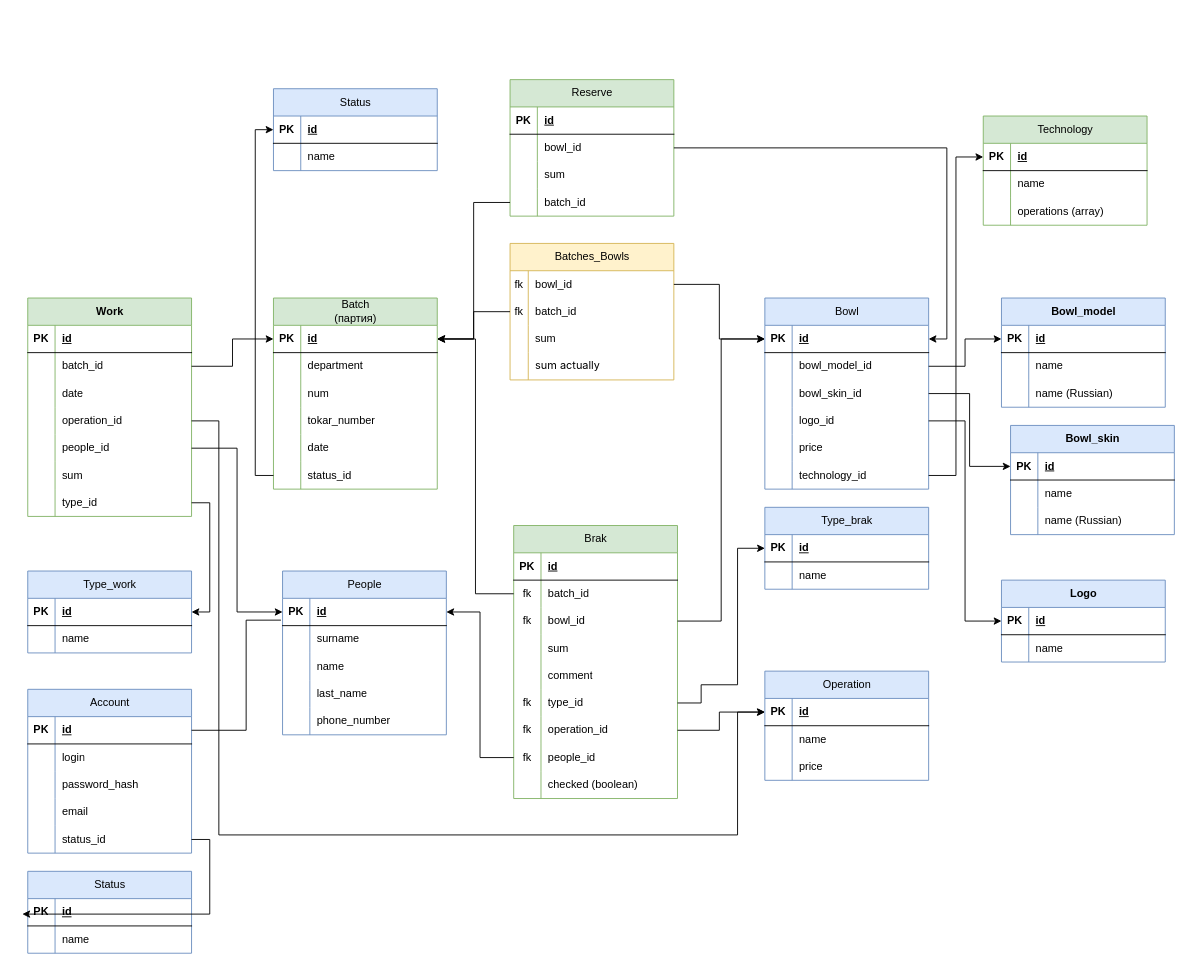
Above: CosmoCRM.drawio in OGdanik/db_diagrams (draw.io), before the change. Source tidied: cells renumbered, new cells numbered last; positions are measured from the earlier drawing's top-left corner, leaving out a move shared by most shapes. Both pictures are drawn from the tidied source at 91%, with x=0, y=0 at pixel (27, 79).
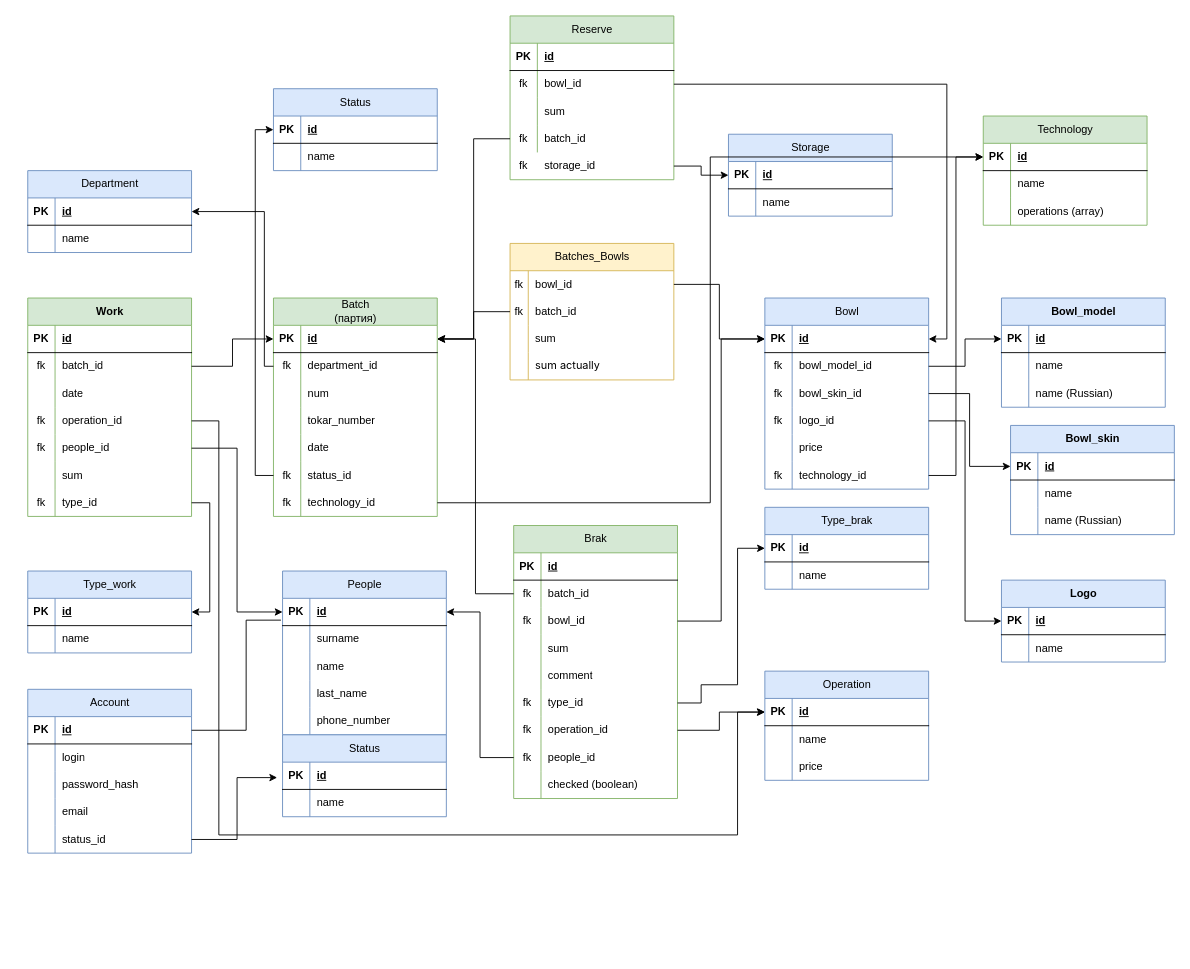
After the change.

Unchanged cells that the change refers to:
```xml
<mxCell id="6" style="shape=tableRow;horizontal=0;startSize=0;swimlaneHead=0;swimlaneBody=0;fillColor=none;points=[[0,0.5],[1,0.5]];portConstraint=eastwest;top=0;left=0;right=0;bottom=0;" parent="2" vertex="1">
  <mxGeometry y="60" width="180" height="30" as="geometry" />
</mxCell>
<mxCell id="18" style="shape=tableRow;horizontal=0;startSize=0;swimlaneHead=0;swimlaneBody=0;fillColor=none;points=[[0,0.5],[1,0.5]];portConstraint=eastwest;top=0;left=0;right=0;bottom=0;" parent="2" vertex="1">
  <mxGeometry y="180" width="180" height="30" as="geometry" />
</mxCell>
<mxCell id="38" style="shape=tableRow;horizontal=0;startSize=0;swimlaneHead=0;swimlaneBody=0;fillColor=none;points=[[0,0.5],[1,0.5]];portConstraint=eastwest;top=0;left=0;right=0;bottom=0;" parent="34" vertex="1">
  <mxGeometry y="60" width="180" height="30" as="geometry" />
</mxCell>
<mxCell id="41" style="shape=tableRow;horizontal=0;startSize=0;swimlaneHead=0;swimlaneBody=0;fillColor=none;points=[[0,0.5],[1,0.5]];portConstraint=eastwest;top=0;left=0;right=0;bottom=0;" parent="34" vertex="1">
  <mxGeometry y="90" width="180" height="30" as="geometry" />
</mxCell>
<mxCell id="44" style="shape=tableRow;horizontal=0;startSize=0;swimlaneHead=0;swimlaneBody=0;fillColor=none;points=[[0,0.5],[1,0.5]];portConstraint=eastwest;top=0;left=0;right=0;bottom=0;" parent="34" vertex="1">
  <mxGeometry y="120" width="180" height="30" as="geometry" />
</mxCell>
<mxCell id="50" style="shape=tableRow;horizontal=0;startSize=0;swimlaneHead=0;swimlaneBody=0;fillColor=none;points=[[0,0.5],[1,0.5]];portConstraint=eastwest;top=0;left=0;right=0;bottom=0;" parent="34" vertex="1">
  <mxGeometry y="180" width="180" height="30" as="geometry" />
</mxCell>
<mxCell id="125" style="shape=tableRow;horizontal=0;startSize=0;swimlaneHead=0;swimlaneBody=0;fillColor=none;points=[[0,0.5],[1,0.5]];portConstraint=eastwest;top=0;left=0;right=0;bottom=0;" parent="121" vertex="1">
  <mxGeometry y="60" width="180" height="30" as="geometry" />
</mxCell>
<mxCell id="131" style="shape=tableRow;horizontal=0;startSize=0;swimlaneHead=0;swimlaneBody=0;fillColor=none;points=[[0,0.5],[1,0.5]];portConstraint=eastwest;top=0;left=0;right=0;bottom=0;" parent="121" vertex="1">
  <mxGeometry y="120" width="180" height="30" as="geometry" />
</mxCell>
<mxCell id="134" style="shape=tableRow;horizontal=0;startSize=0;swimlaneHead=0;swimlaneBody=0;fillColor=none;points=[[0,0.5],[1,0.5]];portConstraint=eastwest;top=0;left=0;right=0;bottom=0;" parent="121" vertex="1">
  <mxGeometry y="150" width="180" height="30" as="geometry" />
</mxCell>
<mxCell id="140" style="shape=tableRow;horizontal=0;startSize=0;swimlaneHead=0;swimlaneBody=0;fillColor=none;points=[[0,0.5],[1,0.5]];portConstraint=eastwest;top=0;left=0;right=0;bottom=0;" parent="121" vertex="1">
  <mxGeometry y="210" width="180" height="30" as="geometry" />
</mxCell>
<mxCell id="188" style="shape=tableRow;horizontal=0;startSize=0;swimlaneHead=0;swimlaneBody=0;fillColor=none;points=[[0,0.5],[1,0.5]];portConstraint=eastwest;top=0;left=0;right=0;bottom=0;" parent="184" vertex="1">
  <mxGeometry y="60" width="180" height="30" as="geometry" />
</mxCell>
<mxCell id="194" style="shape=tableRow;horizontal=0;startSize=0;swimlaneHead=0;swimlaneBody=0;fillColor=none;points=[[0,0.5],[1,0.5]];portConstraint=eastwest;top=0;left=0;right=0;bottom=0;" parent="184" vertex="1">
  <mxGeometry y="120" width="180" height="30" as="geometry" />
</mxCell>
<mxCell id="199" style="shape=tableRow;horizontal=0;startSize=0;swimlaneHead=0;swimlaneBody=0;fillColor=none;points=[[0,0.5],[1,0.5]];portConstraint=eastwest;top=0;left=0;right=0;bottom=1;" parent="198" vertex="1">
  <mxGeometry y="30" width="180" height="30" as="geometry" />
</mxCell>
```

What changed in the source:
```diff
@@
     <mxCell id="2" value="&lt;span style=&quot;font-weight: 400; text-wrap: wrap;&quot;&gt;Batch (партия)&lt;/span&gt;" style="shape=table;startSize=30;childLayout=tableLayout;rowLines=0;fontStyle=1;align=center;html=1;fillColor=#d5e8d4;strokeColor=#82b366;" parent="1" vertex="1">
-      <mxGeometry x="270" y="240" width="180" height="210" as="geometry" />
+      <mxGeometry x="270" y="240" width="180" height="240" as="geometry" />
     </mxCell>
@@
-    <mxCell id="7" style="shape=partialRectangle;fillColor=none;top=0;left=0;bottom=0;right=0;overflow=hidden;whiteSpace=wrap;html=1;" parent="6" vertex="1">
+    <mxCell id="7" value="fk" style="shape=partialRectangle;fillColor=none;top=0;left=0;bottom=0;right=0;overflow=hidden;whiteSpace=wrap;html=1;" parent="6" vertex="1">
       <mxGeometry width="30" height="30" as="geometry" />
     </mxCell>
-    <mxCell id="8" value="department" style="shape=partialRectangle;fillColor=none;top=0;left=0;bottom=0;right=0;align=left;spacingLeft=6;overflow=hidden;whiteSpace=wrap;html=1;" parent="6" vertex="1">
+    <mxCell id="8" value="department_id" style="shape=partialRectangle;fillColor=none;top=0;left=0;bottom=0;right=0;align=left;spacingLeft=6;overflow=hidden;whiteSpace=wrap;html=1;" parent="6" vertex="1">
       <mxGeometry x="30" width="150" height="30" as="geometry" />
     </mxCell>
@@
-    <mxCell id="19" style="shape=partialRectangle;fillColor=none;top=0;left=0;bottom=0;right=0;overflow=hidden;whiteSpace=wrap;html=1;" parent="18" vertex="1">
+    <mxCell id="19" value="fk" style="shape=partialRectangle;fillColor=none;top=0;left=0;bottom=0;right=0;overflow=hidden;whiteSpace=wrap;html=1;" parent="18" vertex="1">
       <mxGeometry width="30" height="30" as="geometry" />
     </mxCell>
@@
+    <mxCell id="243" style="shape=tableRow;horizontal=0;startSize=0;swimlaneHead=0;swimlaneBody=0;fillColor=none;points=[[0,0.5],[1,0.5]];portConstraint=eastwest;top=0;left=0;right=0;bottom=0;" parent="2" vertex="1">
+      <mxGeometry y="210" width="180" height="30" as="geometry" />
+    </mxCell>
+    <mxCell id="244" value="fk" style="shape=partialRectangle;fillColor=none;top=0;left=0;bottom=0;right=0;overflow=hidden;whiteSpace=wrap;html=1;" parent="243" vertex="1">
+      <mxGeometry width="30" height="30" as="geometry" />
+    </mxCell>
+    <mxCell id="245" value="technology_id" style="shape=partialRectangle;fillColor=none;top=0;left=0;bottom=0;right=0;align=left;spacingLeft=6;overflow=hidden;whiteSpace=wrap;html=1;" parent="243" vertex="1">
+      <mxGeometry x="30" width="150" height="30" as="geometry" />
+    </mxCell>
@@
-    <mxCell id="39" style="shape=partialRectangle;fillColor=none;top=0;left=0;bottom=0;right=0;overflow=hidden;whiteSpace=wrap;html=1;" parent="38" vertex="1">
+    <mxCell id="39" value="fk" style="shape=partialRectangle;fillColor=none;top=0;left=0;bottom=0;right=0;overflow=hidden;whiteSpace=wrap;html=1;" parent="38" vertex="1">
       <mxGeometry width="30" height="30" as="geometry" />
     </mxCell>
@@
-    <mxCell id="42" style="shape=partialRectangle;fillColor=none;top=0;left=0;bottom=0;right=0;overflow=hidden;whiteSpace=wrap;html=1;" parent="41" vertex="1">
+    <mxCell id="42" value="fk" style="shape=partialRectangle;fillColor=none;top=0;left=0;bottom=0;right=0;overflow=hidden;whiteSpace=wrap;html=1;" parent="41" vertex="1">
       <mxGeometry width="30" height="30" as="geometry" />
     </mxCell>
@@
-    <mxCell id="45" style="shape=partialRectangle;fillColor=none;top=0;left=0;bottom=0;right=0;overflow=hidden;whiteSpace=wrap;html=1;" parent="44" vertex="1">
+    <mxCell id="45" value="fk" style="shape=partialRectangle;fillColor=none;top=0;left=0;bottom=0;right=0;overflow=hidden;whiteSpace=wrap;html=1;" parent="44" vertex="1">
       <mxGeometry width="30" height="30" as="geometry" />
     </mxCell>
@@
-    <mxCell id="51" style="shape=partialRectangle;fillColor=none;top=0;left=0;bottom=0;right=0;overflow=hidden;whiteSpace=wrap;html=1;" parent="50" vertex="1">
+    <mxCell id="51" value="fk" style="shape=partialRectangle;fillColor=none;top=0;left=0;bottom=0;right=0;overflow=hidden;whiteSpace=wrap;html=1;" parent="50" vertex="1">
       <mxGeometry width="30" height="30" as="geometry" />
     </mxCell>
@@
-    <mxCell id="126" style="shape=partialRectangle;fillColor=none;top=0;left=0;bottom=0;right=0;overflow=hidden;whiteSpace=wrap;html=1;" parent="125" vertex="1">
+    <mxCell id="126" value="fk" style="shape=partialRectangle;fillColor=none;top=0;left=0;bottom=0;right=0;overflow=hidden;whiteSpace=wrap;html=1;" parent="125" vertex="1">
       <mxGeometry width="30" height="30" as="geometry" />
     </mxCell>
@@
-    <mxCell id="132" style="shape=partialRectangle;fillColor=none;top=0;left=0;bottom=0;right=0;overflow=hidden;whiteSpace=wrap;html=1;" parent="131" vertex="1">
+    <mxCell id="132" value="fk" style="shape=partialRectangle;fillColor=none;top=0;left=0;bottom=0;right=0;overflow=hidden;whiteSpace=wrap;html=1;" parent="131" vertex="1">
       <mxGeometry width="30" height="30" as="geometry" />
     </mxCell>
@@
-    <mxCell id="135" style="shape=partialRectangle;fillColor=none;top=0;left=0;bottom=0;right=0;overflow=hidden;whiteSpace=wrap;html=1;" parent="134" vertex="1">
+    <mxCell id="135" value="fk" style="shape=partialRectangle;fillColor=none;top=0;left=0;bottom=0;right=0;overflow=hidden;whiteSpace=wrap;html=1;" parent="134" vertex="1">
       <mxGeometry width="30" height="30" as="geometry" />
     </mxCell>
@@
-    <mxCell id="141" style="shape=partialRectangle;fillColor=none;top=0;left=0;bottom=0;right=0;overflow=hidden;whiteSpace=wrap;html=1;" parent="140" vertex="1">
+    <mxCell id="141" value="fk" style="shape=partialRectangle;fillColor=none;top=0;left=0;bottom=0;right=0;overflow=hidden;whiteSpace=wrap;html=1;" parent="140" vertex="1">
       <mxGeometry width="30" height="30" as="geometry" />
     </mxCell>
@@
     <mxCell id="184" value="&lt;span style=&quot;font-weight: 400; text-wrap: wrap;&quot;&gt;Reserve&lt;/span&gt;" style="shape=table;startSize=30;childLayout=tableLayout;rowLines=0;fontStyle=1;align=center;html=1;fillColor=#d5e8d4;strokeColor=#82b366;" parent="1" vertex="1">
-      <mxGeometry x="530" width="180" height="150" as="geometry" />
+      <mxGeometry x="530" y="-70" width="180" height="180" as="geometry" />
     </mxCell>
@@
-    <mxCell id="189" style="shape=partialRectangle;fillColor=none;top=0;left=0;bottom=0;right=0;overflow=hidden;whiteSpace=wrap;html=1;" parent="188" vertex="1">
+    <mxCell id="189" value="fk" style="shape=partialRectangle;fillColor=none;top=0;left=0;bottom=0;right=0;overflow=hidden;whiteSpace=wrap;html=1;" parent="188" vertex="1">
       <mxGeometry width="30" height="30" as="geometry" />
     </mxCell>
@@
-    <mxCell id="195" style="shape=partialRectangle;fillColor=none;top=0;left=0;bottom=0;right=0;overflow=hidden;whiteSpace=wrap;html=1;" parent="194" vertex="1">
+    <mxCell id="195" value="fk" style="shape=partialRectangle;fillColor=none;top=0;left=0;bottom=0;right=0;overflow=hidden;whiteSpace=wrap;html=1;" parent="194" vertex="1">
       <mxGeometry width="30" height="30" as="geometry" />
     </mxCell>
@@
     <mxCell id="234" value="&lt;span style=&quot;font-weight: 400; text-wrap: wrap;&quot;&gt;Status&lt;/span&gt;" style="shape=table;startSize=30;childLayout=tableLayout;rowLines=0;fontStyle=1;align=center;html=1;fillColor=#dae8fc;strokeColor=#6c8ebf;" parent="1" vertex="1">
-      <mxGeometry y="870" width="180" height="90" as="geometry" />
+      <mxGeometry x="280" y="720" width="180" height="90" as="geometry" />
     </mxCell>
@@
+    <mxCell id="246" value="&lt;span style=&quot;font-weight: 400; text-wrap: wrap;&quot;&gt;Department&lt;/span&gt;" style="shape=table;startSize=30;childLayout=tableLayout;rowLines=0;fontStyle=1;align=center;html=1;fillColor=#dae8fc;strokeColor=#6c8ebf;" parent="1" vertex="1">
+      <mxGeometry y="100" width="180" height="90" as="geometry" />
+    </mxCell>
+    <mxCell id="247" style="shape=tableRow;horizontal=0;startSize=0;swimlaneHead=0;swimlaneBody=0;fillColor=none;points=[[0,0.5],[1,0.5]];portConstraint=eastwest;top=0;left=0;right=0;bottom=1;" parent="246" vertex="1">
+      <mxGeometry y="30" width="180" height="30" as="geometry" />
+    </mxCell>
+    <mxCell id="248" value="PK" style="shape=partialRectangle;fillColor=none;top=0;left=0;bottom=0;right=0;fontStyle=1;overflow=hidden;whiteSpace=wrap;html=1;" parent="247" vertex="1">
+      <mxGeometry width="30" height="30" as="geometry" />
+    </mxCell>
+    <mxCell id="249" value="id" style="shape=partialRectangle;fillColor=none;top=0;left=0;bottom=0;right=0;align=left;spacingLeft=6;fontStyle=5;overflow=hidden;whiteSpace=wrap;html=1;" parent="247" vertex="1">
+      <mxGeometry x="30" width="150" height="30" as="geometry" />
+    </mxCell>
+    <mxCell id="250" style="shape=tableRow;horizontal=0;startSize=0;swimlaneHead=0;swimlaneBody=0;fillColor=none;top=0;left=0;right=0;bottom=0;" parent="246" vertex="1">
+      <mxGeometry y="60" width="180" height="30" as="geometry" />
+    </mxCell>
+    <mxCell id="251" style="shape=partialRectangle;fillColor=none;top=0;left=0;bottom=0;right=0;overflow=hidden;whiteSpace=wrap;html=1;" parent="250" vertex="1">
+      <mxGeometry width="30" height="30" as="geometry" />
+    </mxCell>
+    <mxCell id="252" value="name" style="shape=partialRectangle;fillColor=none;top=0;left=0;bottom=0;right=0;align=left;spacingLeft=6;overflow=hidden;whiteSpace=wrap;html=1;" parent="250" vertex="1">
+      <mxGeometry x="30" width="150" height="30" as="geometry" />
+    </mxCell>
+    <mxCell id="253" style="edgeStyle=orthogonalEdgeStyle;rounded=0;jettySize=auto;html=1;entryX=1;entryY=0.5;entryDx=0;entryDy=0;" parent="1" edge="1" source="6" target="247">
+      <mxGeometry relative="1" as="geometry">
+        <Array as="points">
+          <mxPoint x="260" y="315" />
+          <mxPoint x="260" y="145" />
+        </Array>
+      </mxGeometry>
+    </mxCell>
+    <mxCell id="254" value="&lt;span style=&quot;font-weight: 400; text-wrap: wrap;&quot;&gt;Storage&lt;/span&gt;" style="shape=table;startSize=30;childLayout=tableLayout;rowLines=0;fontStyle=1;align=center;html=1;fillColor=#dae8fc;strokeColor=#6c8ebf;" parent="1" vertex="1">
+      <mxGeometry x="770" y="60" width="180" height="90" as="geometry" />
+    </mxCell>
+    <mxCell id="255" style="shape=tableRow;horizontal=0;startSize=0;swimlaneHead=0;swimlaneBody=0;fillColor=none;points=[[0,0.5],[1,0.5]];portConstraint=eastwest;top=0;left=0;right=0;bottom=1;" parent="254" vertex="1">
+      <mxGeometry y="30" width="180" height="30" as="geometry" />
+    </mxCell>
+    <mxCell id="256" value="PK" style="shape=partialRectangle;fillColor=none;top=0;left=0;bottom=0;right=0;fontStyle=1;overflow=hidden;whiteSpace=wrap;html=1;" parent="255" vertex="1">
+      <mxGeometry width="30" height="30" as="geometry" />
+    </mxCell>
+    <mxCell id="257" value="id" style="shape=partialRectangle;fillColor=none;top=0;left=0;bottom=0;right=0;align=left;spacingLeft=6;fontStyle=5;overflow=hidden;whiteSpace=wrap;html=1;" parent="255" vertex="1">
+      <mxGeometry x="30" width="150" height="30" as="geometry" />
+    </mxCell>
+    <mxCell id="258" style="shape=tableRow;horizontal=0;startSize=0;swimlaneHead=0;swimlaneBody=0;fillColor=none;top=0;left=0;right=0;bottom=0;" parent="254" vertex="1">
+      <mxGeometry y="60" width="180" height="30" as="geometry" />
+    </mxCell>
+    <mxCell id="259" style="shape=partialRectangle;fillColor=none;top=0;left=0;bottom=0;right=0;overflow=hidden;whiteSpace=wrap;html=1;" parent="258" vertex="1">
+      <mxGeometry width="30" height="30" as="geometry" />
+    </mxCell>
+    <mxCell id="260" value="name" style="shape=partialRectangle;fillColor=none;top=0;left=0;bottom=0;right=0;align=left;spacingLeft=6;overflow=hidden;whiteSpace=wrap;html=1;" parent="258" vertex="1">
+      <mxGeometry x="30" width="150" height="30" as="geometry" />
+    </mxCell>
+    <mxCell id="261" style="edgeStyle=orthogonalEdgeStyle;rounded=0;jettySize=auto;html=1;entryX=0;entryY=0.5;entryDx=0;entryDy=0;" parent="1" edge="1" source="262" target="255">
+      <mxGeometry relative="1" as="geometry" />
+    </mxCell>
+    <mxCell id="262" style="shape=tableRow;horizontal=0;startSize=0;swimlaneHead=0;swimlaneBody=0;fillColor=none;points=[[0,0.5],[1,0.5]];portConstraint=eastwest;top=0;left=0;right=0;bottom=0;" parent="1" vertex="1">
+      <mxGeometry x="530" y="80" width="180" height="30" as="geometry" />
+    </mxCell>
+    <mxCell id="263" style="shape=tableRow;horizontal=0;startSize=0;swimlaneHead=0;swimlaneBody=0;fillColor=none;top=0;left=0;right=0;bottom=0;" parent="1" vertex="1">
+      <mxGeometry x="530" y="80" width="180" height="30" as="geometry" />
+    </mxCell>
+    <mxCell id="264" value="fk" style="shape=partialRectangle;fillColor=none;top=0;left=0;bottom=0;right=0;overflow=hidden;whiteSpace=wrap;html=1;" parent="263" vertex="1">
+      <mxGeometry width="30" height="30" as="geometry" />
+    </mxCell>
+    <mxCell id="265" value="storage_id" style="shape=partialRectangle;fillColor=none;top=0;left=0;bottom=0;right=0;align=left;spacingLeft=6;overflow=hidden;whiteSpace=wrap;html=1;" parent="263" vertex="1">
+      <mxGeometry x="30" width="150" height="30" as="geometry" />
+    </mxCell>
+    <mxCell id="266" style="edgeStyle=orthogonalEdgeStyle;rounded=0;jettySize=auto;html=1;entryX=0;entryY=0.5;entryDx=0;entryDy=0;" parent="1" edge="1" source="243" target="199">
+      <mxGeometry relative="1" as="geometry" />
+    </mxCell>
```
